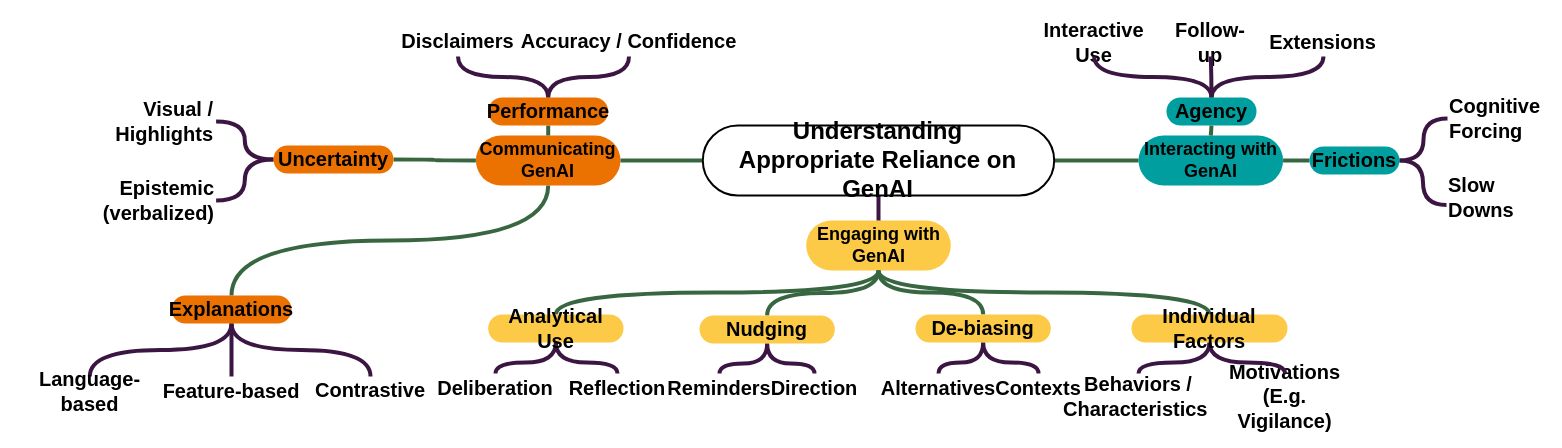
Above: ext/chi27-rev-4.1.drawio in raeeschaudhary/Coursera_Exams (draw.io), before the change. Source tidied: cells renumbered, new cells numbered last; positions are measured from the earlier drawing's top-left corner, leaving out a move shared by most shapes. Both pictures are drawn from the tidied source at 100%, with x=0, y=0 at pixel (17, 26).
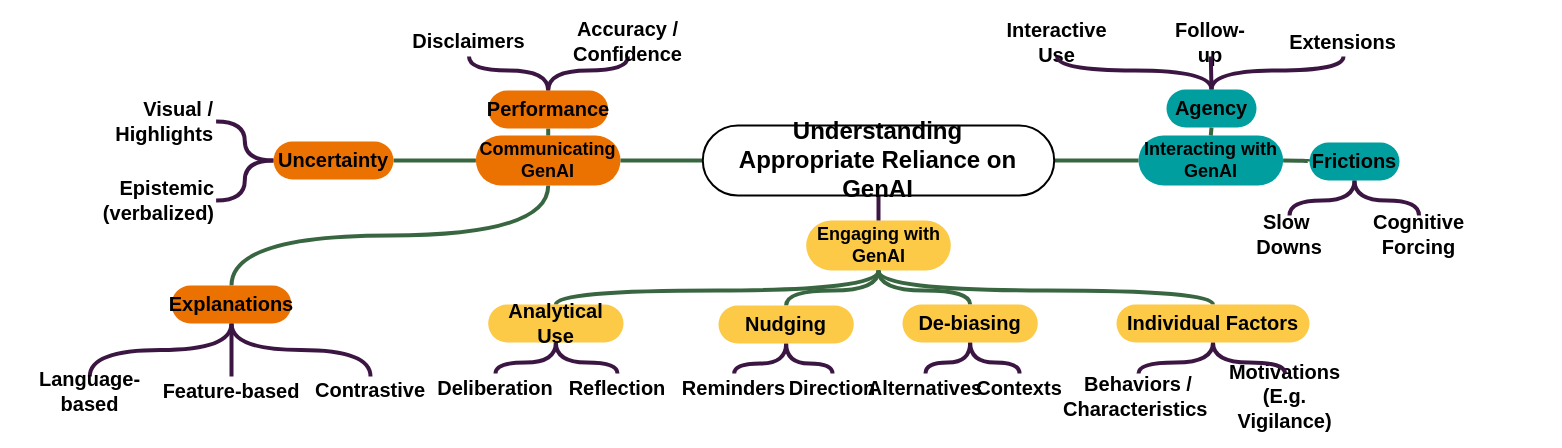
The same page after the edit.

The change refers to these unchanged cells:
```xml
<mxCell id="21" value="Engaging with GenAI" style="rounded=1;whiteSpace=wrap;html=1;arcSize=50;strokeWidth=2;fontFamily=calibri;fontSize=18;fontStyle=1;strokeColor=none;fillColor=#FCCA46;" parent="1" vertex="1">
  <mxGeometry x="788.7" y="194" width="144.6" height="50" as="geometry" />
</mxCell>
```

Change to the diagram source:
```diff
@@
     <mxCell id="18" value="&lt;span style=&quot;font-size: 20px;&quot;&gt;Disclaimers&lt;/span&gt;" style="text;html=1;whiteSpace=wrap;strokeColor=none;fillColor=none;align=center;verticalAlign=middle;rounded=0;fontFamily=calibri;fontSize=18;fontStyle=1;" parent="1" vertex="1">
-      <mxGeometry x="369" width="143" height="30" as="geometry" />
+      <mxGeometry x="380" width="143" height="30" as="geometry" />
     </mxCell>
     <mxCell id="19" value="&lt;span style=&quot;font-size: 20px;&quot;&gt;Accuracy / Confidence&lt;/span&gt;" style="text;html=1;whiteSpace=wrap;strokeColor=none;fillColor=none;align=center;verticalAlign=middle;rounded=0;fontFamily=calibri;fontSize=18;fontStyle=1;" parent="1" vertex="1">
-      <mxGeometry x="492" width="239" height="30" as="geometry" />
+      <mxGeometry x="514" width="193" height="30" as="geometry" />
     </mxCell>
@@
     <mxCell id="23" style="edgeStyle=orthogonalEdgeStyle;rounded=0;jettySize=auto;html=1;exitX=0.5;exitY=1;exitDx=0;exitDy=0;entryX=0.5;entryY=0;entryDx=0;entryDy=0;endArrow=none;endFill=0;curved=1;endSize=6;strokeWidth=4;strokeColor=#386641;fontFamily=calibri;" parent="1" edge="1" source="21" target="63">
-      <mxGeometry relative="1" as="geometry" />
+      <mxGeometry relative="1" as="geometry">
+        <Array as="points">
+          <mxPoint x="861" y="264" />
+          <mxPoint x="538.3" y="264" />
+        </Array>
+      </mxGeometry>
     </mxCell>
@@
     <mxCell id="29" value="&lt;span style=&quot;font-size: 20px;&quot;&gt;Alternatives&lt;/span&gt;" style="text;html=1;whiteSpace=wrap;strokeColor=none;fillColor=none;align=center;verticalAlign=middle;rounded=0;fontFamily=calibri;fontSize=18;fontStyle=1;" parent="1" vertex="1">
-      <mxGeometry x="861" y="347" width="120" height="30" as="geometry" />
+      <mxGeometry x="848" y="347" width="120" height="30" as="geometry" />
     </mxCell>
     <mxCell id="30" value="&lt;span style=&quot;font-size: 20px;&quot;&gt;Contexts&lt;/span&gt;" style="text;html=1;whiteSpace=wrap;strokeColor=none;fillColor=none;align=center;verticalAlign=middle;rounded=0;fontFamily=calibri;fontSize=18;fontStyle=1;" parent="1" vertex="1">
-      <mxGeometry x="967" y="347" width="108" height="30" as="geometry" />
+      <mxGeometry x="948" y="347" width="108" height="30" as="geometry" />
     </mxCell>
@@
     <mxCell id="37" style="edgeStyle=orthogonalEdgeStyle;rounded=0;jettySize=auto;html=1;exitX=0.5;exitY=1;exitDx=0;exitDy=0;entryX=0.5;entryY=0;entryDx=0;entryDy=0;endArrow=none;endFill=0;curved=1;endSize=6;strokeWidth=4;strokeColor=#386641;fontFamily=calibri;" parent="1" edge="1" source="21" target="66">
-      <mxGeometry relative="1" as="geometry" />
+      <mxGeometry relative="1" as="geometry">
+        <Array as="points">
+          <mxPoint x="861" y="264" />
+          <mxPoint x="1195.6" y="264" />
+        </Array>
+      </mxGeometry>
     </mxCell>
@@
     <mxCell id="40" value="&lt;span style=&quot;font-size: 20px;&quot;&gt;Interactive Use&lt;/span&gt;" style="text;html=1;whiteSpace=wrap;strokeColor=none;fillColor=none;align=center;verticalAlign=middle;rounded=0;fontFamily=calibri;fontSize=18;fontStyle=1;" parent="1" vertex="1">
-      <mxGeometry x="1009" y="2" width="135.3" height="28" as="geometry" />
+      <mxGeometry x="972" y="2" width="135.3" height="28" as="geometry" />
     </mxCell>
@@
     <mxCell id="44" value="&lt;span style=&quot;font-size: 20px;&quot;&gt;Reminders&lt;/span&gt;" style="text;html=1;whiteSpace=wrap;strokeColor=none;fillColor=none;align=center;verticalAlign=middle;rounded=0;fontFamily=calibri;fontSize=18;fontStyle=1;" parent="1" vertex="1">
-      <mxGeometry x="642" y="347" width="120" height="30" as="geometry" />
+      <mxGeometry x="669" y="347" width="95.3" height="30" as="geometry" />
     </mxCell>
     <mxCell id="45" value="&lt;span style=&quot;font-size: 20px;&quot;&gt;Direction&lt;/span&gt;" style="text;html=1;whiteSpace=wrap;strokeColor=none;fillColor=none;align=center;verticalAlign=middle;rounded=0;fontFamily=calibri;fontSize=18;fontStyle=1;" parent="1" vertex="1">
-      <mxGeometry x="743" y="347" width="108" height="30" as="geometry" />
+      <mxGeometry x="770" y="347" width="90" height="30" as="geometry" />
     </mxCell>
@@
-    <mxCell id="48" value="&lt;span style=&quot;font-size: 20px;&quot;&gt;Slow&amp;nbsp;&lt;/span&gt;&lt;div&gt;&lt;span style=&quot;font-size: 20px;&quot;&gt;Downs&lt;/span&gt;&lt;/div&gt;" style="text;html=1;whiteSpace=wrap;strokeColor=none;fillColor=none;align=left;verticalAlign=middle;rounded=0;fontFamily=calibri;fontSize=18;fontStyle=1;" parent="1" vertex="1">
-      <mxGeometry x="1429" y="156" width="80" height="30" as="geometry" />
+    <mxCell id="48" value="&lt;span style=&quot;font-size: 20px;&quot;&gt;Slow&amp;nbsp;&lt;/span&gt;&lt;div style=&quot;&quot;&gt;&lt;span style=&quot;font-size: 20px; background-color: transparent; color: light-dark(rgb(0, 0, 0), rgb(255, 255, 255));&quot;&gt;Downs&lt;/span&gt;&lt;/div&gt;" style="text;html=1;whiteSpace=wrap;strokeColor=none;fillColor=none;align=center;verticalAlign=middle;rounded=0;fontFamily=calibri;fontSize=18;fontStyle=1;" parent="1" vertex="1">
+      <mxGeometry x="1218" y="189" width="108" height="38" as="geometry" />
     </mxCell>
-    <mxCell id="49" value="&lt;div style=&quot;&quot;&gt;&lt;span style=&quot;font-size: 20px; background-color: transparent; color: light-dark(rgb(0, 0, 0), rgb(255, 255, 255));&quot;&gt;Cognitive&amp;nbsp;&lt;/span&gt;&lt;/div&gt;&lt;div style=&quot;&quot;&gt;&lt;span style=&quot;font-size: 20px;&quot;&gt;Forcing&lt;/span&gt;&lt;/div&gt;" style="text;html=1;whiteSpace=wrap;strokeColor=none;fillColor=none;align=left;verticalAlign=middle;rounded=0;fontFamily=calibri;fontSize=18;fontStyle=1;" parent="1" vertex="1">
-      <mxGeometry x="1430" y="77" width="80" height="30" as="geometry" />
+    <mxCell id="49" value="&lt;div style=&quot;&quot;&gt;&lt;span style=&quot;font-size: 20px; background-color: transparent; color: light-dark(rgb(0, 0, 0), rgb(255, 255, 255));&quot;&gt;Cognitive&lt;/span&gt;&lt;/div&gt;&lt;div style=&quot;&quot;&gt;&lt;span style=&quot;font-size: 20px; background-color: transparent; color: light-dark(rgb(0, 0, 0), rgb(255, 255, 255));&quot;&gt;Forcing&lt;/span&gt;&lt;/div&gt;" style="text;html=1;whiteSpace=wrap;strokeColor=none;fillColor=none;align=center;verticalAlign=middle;rounded=0;fontFamily=calibri;fontSize=18;fontStyle=1;" parent="1" vertex="1">
+      <mxGeometry x="1330" y="189" width="143" height="38" as="geometry" />
     </mxCell>
-    <mxCell id="50" style="edgeStyle=orthogonalEdgeStyle;rounded=0;jettySize=auto;html=1;entryX=0;entryY=0.5;entryDx=0;entryDy=0;strokeWidth=4;curved=1;endArrow=none;endFill=0;strokeColor=#3C1642;exitX=1;exitY=0.5;exitDx=0;exitDy=0;fontFamily=calibri;" parent="1" edge="1" source="58" target="49">
+    <mxCell id="50" style="edgeStyle=orthogonalEdgeStyle;rounded=0;jettySize=auto;html=1;entryX=0.5;entryY=0;entryDx=0;entryDy=0;strokeWidth=4;curved=1;endArrow=none;endFill=0;strokeColor=#3C1642;exitX=0.5;exitY=1;exitDx=0;exitDy=0;fontFamily=calibri;" parent="1" edge="1" source="58" target="49">
       <mxGeometry relative="1" as="geometry" />
     </mxCell>
-    <mxCell id="51" style="edgeStyle=orthogonalEdgeStyle;rounded=0;jettySize=auto;html=1;strokeWidth=4;curved=1;endArrow=none;endFill=0;strokeColor=#3C1642;exitX=1;exitY=0.5;exitDx=0;exitDy=0;fontFamily=calibri;entryX=0;entryY=0.75;entryDx=0;entryDy=0;" parent="1" edge="1" source="58" target="48">
+    <mxCell id="51" style="edgeStyle=orthogonalEdgeStyle;rounded=0;jettySize=auto;html=1;strokeWidth=4;curved=1;endArrow=none;endFill=0;strokeColor=#3C1642;exitX=0.5;exitY=1;exitDx=0;exitDy=0;fontFamily=calibri;entryX=0.5;entryY=0;entryDx=0;entryDy=0;" parent="1" edge="1" source="58" target="48">
       <mxGeometry relative="1" as="geometry" />
     </mxCell>
@@
-    <mxCell id="54" style="edgeStyle=orthogonalEdgeStyle;rounded=0;jettySize=auto;html=1;strokeWidth=4;curved=1;endArrow=none;endFill=0;strokeColor=#3C1642;exitX=0.5;exitY=0;exitDx=0;exitDy=0;fontFamily=calibri;" parent="1" edge="1" source="59" target="40">
-      <mxGeometry relative="1" as="geometry" />
+    <mxCell id="54" style="edgeStyle=orthogonalEdgeStyle;rounded=0;jettySize=auto;html=1;strokeWidth=4;curved=1;endArrow=none;endFill=0;strokeColor=#3C1642;exitX=0.5;exitY=0;exitDx=0;exitDy=0;fontFamily=calibri;entryX=0.5;entryY=1;entryDx=0;entryDy=0;" parent="1" edge="1" source="59" target="40">
+      <mxGeometry relative="1" as="geometry">
+        <Array as="points">
+          <mxPoint x="1194" y="44" />
+          <mxPoint x="1039.7" y="44" />
+        </Array>
+      </mxGeometry>
     </mxCell>
@@
     <mxCell id="56" value="&lt;span style=&quot;font-size: 20px;&quot;&gt;Extensions&lt;/span&gt;" style="text;html=1;whiteSpace=wrap;strokeColor=none;fillColor=none;align=center;verticalAlign=middle;rounded=0;fontFamily=calibri;fontSize=18;fontStyle=1;" parent="1" vertex="1">
-      <mxGeometry x="1238.3" y="2" width="135.3" height="28" as="geometry" />
+      <mxGeometry x="1258.3" y="2" width="135.3" height="28" as="geometry" />
     </mxCell>
     <mxCell id="57" style="edgeStyle=orthogonalEdgeStyle;rounded=0;jettySize=auto;html=1;strokeWidth=4;curved=1;endArrow=none;endFill=0;strokeColor=#3C1642;fontFamily=calibri;entryX=0.5;entryY=1;entryDx=0;entryDy=0;" parent="1" edge="1" source="59" target="56">
-      <mxGeometry relative="1" as="geometry" />
+      <mxGeometry relative="1" as="geometry">
+        <Array as="points">
+          <mxPoint x="1194" y="44" />
+          <mxPoint x="1326" y="44" />
+        </Array>
+      </mxGeometry>
     </mxCell>
     <mxCell id="58" value="&lt;span style=&quot;font-size: 20px;&quot;&gt;Frictions&lt;/span&gt;" style="rounded=1;whiteSpace=wrap;html=1;arcSize=50;strokeWidth=2;fontFamily=calibri;fontSize=18;fontStyle=1;fillColor=#009E9E;strokeColor=none;" parent="1" vertex="1">
-      <mxGeometry x="1292" y="120" width="90" height="28" as="geometry" />
+      <mxGeometry x="1292" y="116" width="90" height="38" as="geometry" />
     </mxCell>
     <mxCell id="59" value="&lt;span style=&quot;font-size: 20px;&quot;&gt;Agency&lt;/span&gt;" style="rounded=1;whiteSpace=wrap;html=1;arcSize=50;strokeWidth=2;fontFamily=calibri;fontSize=18;fontStyle=1;fillColor=#009E9E;strokeColor=none;" parent="1" vertex="1">
-      <mxGeometry x="1149" y="71" width="90" height="28" as="geometry" />
+      <mxGeometry x="1149" y="63" width="90" height="38" as="geometry" />
     </mxCell>
     <mxCell id="60" value="&lt;span style=&quot;font-size: 20px;&quot;&gt;Performance&lt;/span&gt;" style="rounded=1;whiteSpace=wrap;html=1;arcSize=50;strokeWidth=2;fontFamily=calibri;fontSize=18;fontStyle=1;fillColor=#EB7100;strokeColor=none;" parent="1" vertex="1">
-      <mxGeometry x="470.7" y="71" width="120" height="28" as="geometry" />
+      <mxGeometry x="470.7" y="64" width="120" height="38" as="geometry" />
     </mxCell>
     <mxCell id="61" value="&lt;span style=&quot;font-size: 20px;&quot;&gt;Uncertainty&lt;/span&gt;" style="rounded=1;whiteSpace=wrap;html=1;arcSize=50;strokeWidth=2;fontFamily=calibri;fontSize=18;fontStyle=1;fillColor=#EB7100;strokeColor=none;" parent="1" vertex="1">
-      <mxGeometry x="256" y="119" width="120" height="28" as="geometry" />
+      <mxGeometry x="256" y="115" width="120" height="38" as="geometry" />
     </mxCell>
     <mxCell id="62" value="&lt;span style=&quot;font-size: 20px;&quot;&gt;Explanations&lt;/span&gt;" style="rounded=1;whiteSpace=wrap;html=1;arcSize=50;strokeWidth=2;fontFamily=calibri;fontSize=18;fontStyle=1;fillColor=#EB7100;strokeColor=none;" parent="1" vertex="1">
-      <mxGeometry x="154" y="269" width="120" height="28" as="geometry" />
+      <mxGeometry x="154" y="259" width="120" height="38" as="geometry" />
     </mxCell>
     <mxCell id="63" value="&lt;span style=&quot;font-size: 20px;&quot;&gt;Analytical Use&lt;/span&gt;" style="rounded=1;whiteSpace=wrap;html=1;arcSize=50;strokeWidth=2;fontFamily=calibri;fontSize=18;fontStyle=1;fillColor=#FCCA46;strokeColor=none;" parent="1" vertex="1">
-      <mxGeometry x="470.7" y="288" width="135.3" height="28" as="geometry" />
+      <mxGeometry x="470.7" y="278" width="135.3" height="38" as="geometry" />
     </mxCell>
     <mxCell id="64" value="&lt;span style=&quot;font-size: 20px;&quot;&gt;Nudging&lt;/span&gt;" style="rounded=1;whiteSpace=wrap;html=1;arcSize=50;strokeWidth=2;fontFamily=calibri;fontSize=18;fontStyle=1;fillColor=#FCCA46;strokeColor=none;" parent="1" vertex="1">
-      <mxGeometry x="682" y="289" width="135.3" height="28" as="geometry" />
+      <mxGeometry x="701" y="279" width="135.3" height="38" as="geometry" />
     </mxCell>
     <mxCell id="65" value="&lt;span style=&quot;font-size: 20px;&quot;&gt;De-biasing&lt;/span&gt;" style="rounded=1;whiteSpace=wrap;html=1;arcSize=50;strokeWidth=2;fontFamily=calibri;fontSize=18;fontStyle=1;fillColor=#FCCA46;strokeColor=none;" parent="1" vertex="1">
-      <mxGeometry x="898" y="288" width="135.3" height="28" as="geometry" />
+      <mxGeometry x="885" y="278" width="135.3" height="38" as="geometry" />
     </mxCell>
     <mxCell id="66" value="&lt;span style=&quot;font-size: 20px;&quot;&gt;Individual Factors&lt;/span&gt;" style="rounded=1;whiteSpace=wrap;html=1;arcSize=50;strokeWidth=2;fontFamily=calibri;fontSize=18;fontStyle=1;fillColor=#FCCA46;strokeColor=none;" parent="1" vertex="1">
-      <mxGeometry x="1114" y="288" width="156" height="28" as="geometry" />
+      <mxGeometry x="1099" y="278" width="193" height="38" as="geometry" />
     </mxCell>
```
